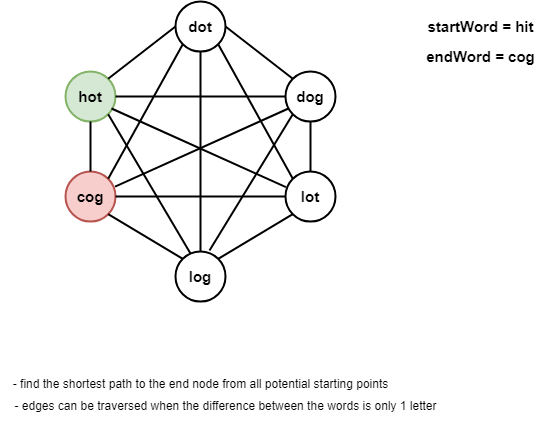
ashiven/leetcode-solutions keeps this draw.io diagram as Python3/img/WordLadder.png. Above is the earlier version. Source tidied: cells renumbered, new cells last; positions are measured from the earlier drawing's top-left corner, leaving out a move shared by most shapes.
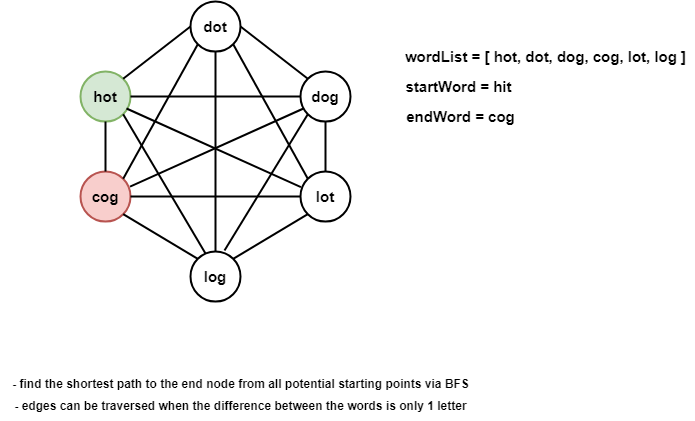
Later version of the same file.

The edit, as a diff of the source:
```diff
@@ -66,16 +66,19 @@
       <mxGeometry relative="1" as="geometry" />
     </mxCell>
     <mxCell id="23" value="startWord = hit" style="text;html=1;align=center;verticalAlign=middle;strokeColor=none;fillColor=none;fontSize=15;fontStyle=1;" parent="1" vertex="1">
-      <mxGeometry x="415" y="10" width="130" height="30" as="geometry" />
+      <mxGeometry x="378" y="70" width="130" height="30" as="geometry" />
     </mxCell>
     <mxCell id="24" value="endWord = cog" style="text;html=1;align=center;verticalAlign=middle;strokeColor=none;fillColor=none;fontSize=15;fontStyle=1;" parent="1" vertex="1">
-      <mxGeometry x="415" y="40" width="130" height="30" as="geometry" />
+      <mxGeometry x="380" y="100" width="130" height="30" as="geometry" />
     </mxCell>
-    <mxCell id="25" value="- find the shortest path to the end node from all potential starting points" style="text;html=1;align=center;verticalAlign=middle;strokeColor=none;fillColor=none;" parent="1" vertex="1">
-      <mxGeometry y="368" width="400" height="30" as="geometry" />
+    <mxCell id="25" value="- find the shortest path to the end node from all potential starting points via BFS" style="text;html=1;align=center;verticalAlign=middle;strokeColor=none;fillColor=none;fontStyle=1;" parent="1" vertex="1">
+      <mxGeometry x="-15" y="368" width="480" height="30" as="geometry" />
     </mxCell>
-    <mxCell id="26" value="- edges can be traversed when the difference between the words is only 1 letter" style="text;html=1;align=center;verticalAlign=middle;strokeColor=none;fillColor=none;" parent="1" vertex="1">
-      <mxGeometry y="390" width="450" height="30" as="geometry" />
+    <mxCell id="26" value="- edges can be traversed when the difference between the words is only 1 letter" style="text;html=1;align=center;verticalAlign=middle;strokeColor=none;fillColor=none;fontStyle=1;" parent="1" vertex="1">
+      <mxGeometry x="-15" y="390" width="480" height="30" as="geometry" />
     </mxCell>
+    <mxCell id="27" value="wordList = [ hot, dot, dog, cog, lot, log ]" style="text;html=1;align=center;verticalAlign=middle;strokeColor=none;fillColor=none;fontSize=15;fontStyle=1;" parent="1" vertex="1">
+      <mxGeometry x="380" y="40" width="300" height="30" as="geometry" />
+    </mxCell>
   </root>
 </mxGraphModel>
```
